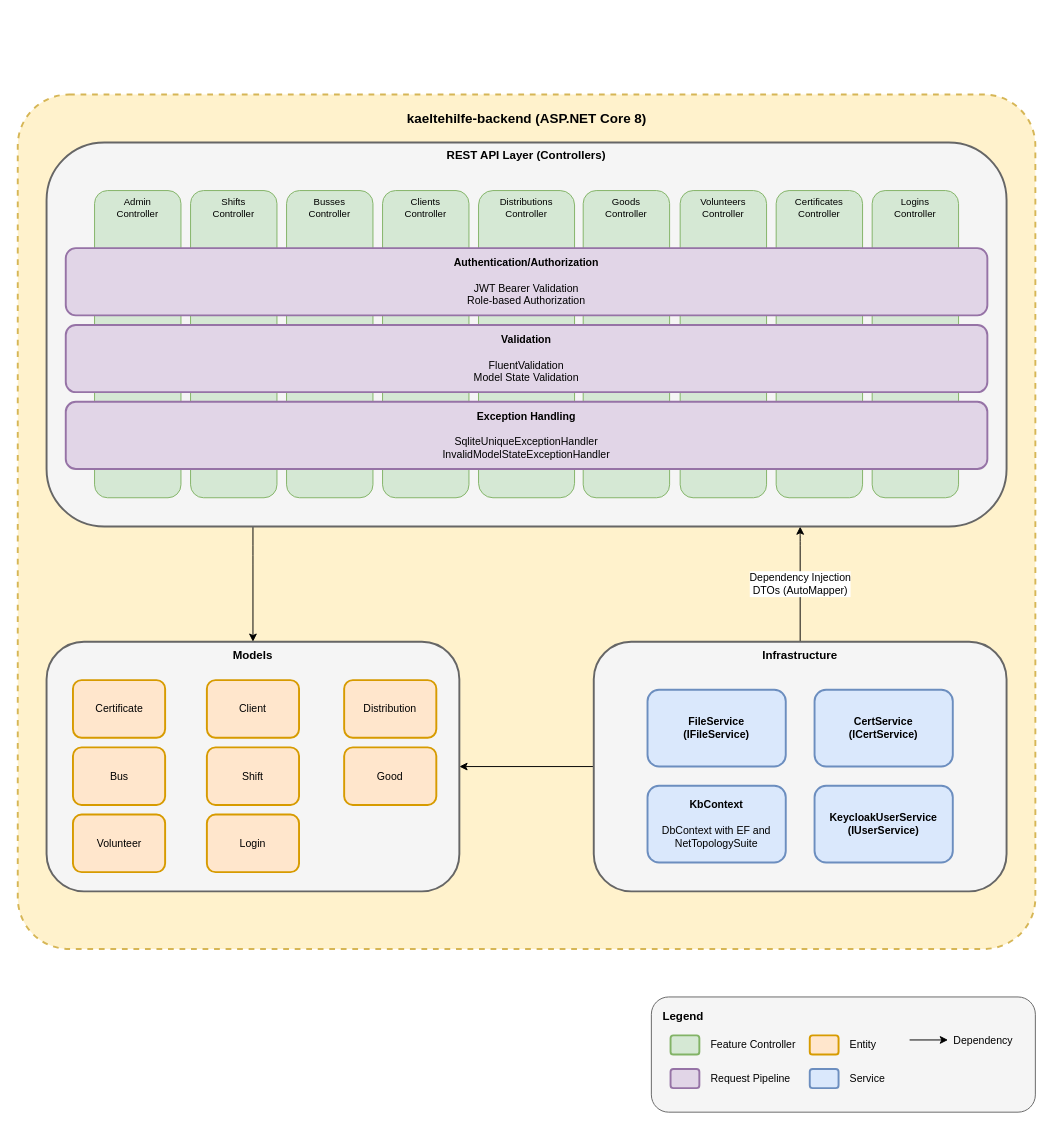
Before: docs/img/architecture/4_whitebox_backend.drawio in Businesskasper/kaeltehilfe, a draw.io diagram. Source tidied: cells renumbered, new cells numbered last; positions are measured from the earlier drawing's top-left corner, leaving out a move shared by most shapes. Both pictures are drawn from the tidied source at 96%, with x=0, y=0 at pixel (17, 94).
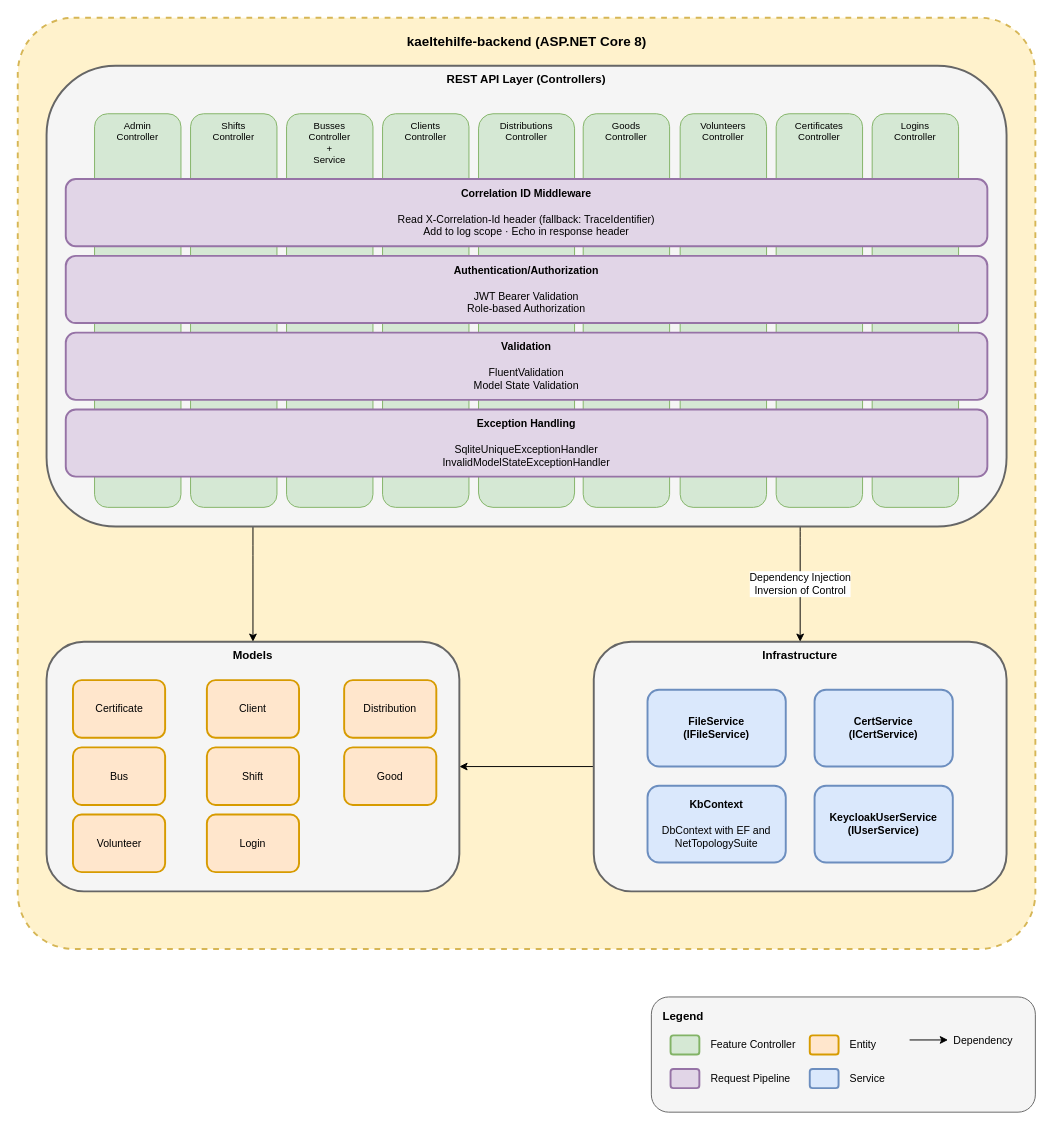
Above is the later version.

Commit message (it also covers changes not shown here):
docu: Document correlation ID and logging in architecture, update whitebox diagrams

The change refers to these unchanged cells:
```xml
<mxCell id="18" value="&lt;b&gt;Infrastructure&lt;/b&gt;" style="rounded=1;whiteSpace=wrap;html=1;fillColor=#f5f5f5;strokeColor=#666666;strokeWidth=2;fontSize=12;verticalAlign=top;" parent="1" vertex="1">
  <mxGeometry x="600" y="570" width="430" height="260" as="geometry" />
</mxCell>
```

Diff of the diagram source:
```diff
@@
     <mxCell id="2" style="rounded=1;whiteSpace=wrap;html=1;fillColor=#fff2cc;strokeColor=#d6b656;strokeWidth=2;dashed=1;arcSize=6;" parent="1" vertex="1">
-      <mxGeometry width="1060" height="890" as="geometry" />
+      <mxGeometry y="-80" width="1060" height="970" as="geometry" />
     </mxCell>
     <mxCell id="3" value="&lt;b&gt;kaeltehilfe-backend (ASP.NET Core 8)&lt;/b&gt;" style="text;html=1;align=center;verticalAlign=middle;strokeColor=none;fillColor=none;fontSize=14;" parent="1" vertex="1">
-      <mxGeometry x="375" y="10" width="310" height="30" as="geometry" />
+      <mxGeometry x="375" y="-70" width="310" height="30" as="geometry" />
     </mxCell>
-    <mxCell id="4" value="Dependency Injection&lt;br&gt;DTOs (AutoMapper)" style="edgeStyle=orthogonalEdgeStyle;rounded=1;jettySize=auto;html=1;curved=0;startArrow=classic;startFill=1;endArrow=none;endFill=0;" parent="1" edge="1" source="6" target="18">
+    <mxCell id="4" value="Dependency Injection&lt;br&gt;Inversion of Control" style="edgeStyle=orthogonalEdgeStyle;rounded=1;jettySize=auto;html=1;curved=0;startArrow=none;startFill=0;endArrow=classic;endFill=1;" parent="1" edge="1" source="6" target="18">
       <mxGeometry relative="1" as="geometry">
         <Array as="points">
           <mxPoint x="815" y="460" />
           <mxPoint x="815" y="460" />
         </Array>
       </mxGeometry>
     </mxCell>
@@
     <mxCell id="6" value="&lt;b&gt;REST API Layer (Controllers)&lt;/b&gt;" style="rounded=1;whiteSpace=wrap;html=1;fillColor=#f5f5f5;strokeColor=#666666;strokeWidth=2;fontSize=12;verticalAlign=top;" parent="1" vertex="1">
-      <mxGeometry x="30" y="50" width="1000" height="400" as="geometry" />
+      <mxGeometry x="30" y="-30" width="1000" height="480" as="geometry" />
     </mxCell>
     <mxCell id="7" value="Admin&lt;br&gt;Controller" style="rounded=1;whiteSpace=wrap;html=1;fillColor=#d5e8d4;strokeColor=#82b366;fontSize=10;verticalAlign=top;" parent="1" vertex="1">
-      <mxGeometry x="80" y="100" width="90" height="320" as="geometry" />
+      <mxGeometry x="80" y="20" width="90" height="410" as="geometry" />
     </mxCell>
     <mxCell id="8" value="Shifts&lt;br&gt;Controller" style="rounded=1;whiteSpace=wrap;html=1;fillColor=#d5e8d4;strokeColor=#82b366;fontSize=10;verticalAlign=top;" parent="1" vertex="1">
-      <mxGeometry x="180" y="100" width="90" height="320" as="geometry" />
+      <mxGeometry x="180" y="20" width="90" height="410" as="geometry" />
     </mxCell>
-    <mxCell id="9" value="Busses&lt;br&gt;Controller" style="rounded=1;whiteSpace=wrap;html=1;fillColor=#d5e8d4;strokeColor=#82b366;fontSize=10;verticalAlign=top;" parent="1" vertex="1">
-      <mxGeometry x="280" y="100" width="90" height="320" as="geometry" />
+    <mxCell id="9" value="Busses&lt;br&gt;Controller&lt;br&gt;+&lt;br&gt;Service" style="rounded=1;whiteSpace=wrap;html=1;fillColor=#d5e8d4;strokeColor=#82b366;fontSize=10;verticalAlign=top;" parent="1" vertex="1">
+      <mxGeometry x="280" y="20" width="90" height="410" as="geometry" />
     </mxCell>
     <mxCell id="10" value="Clients&lt;br&gt;Controller" style="rounded=1;whiteSpace=wrap;html=1;fillColor=#d5e8d4;strokeColor=#82b366;fontSize=10;verticalAlign=top;" parent="1" vertex="1">
-      <mxGeometry x="380" y="100" width="90" height="320" as="geometry" />
+      <mxGeometry x="380" y="20" width="90" height="410" as="geometry" />
     </mxCell>
     <mxCell id="11" value="Distributions&lt;br&gt;Controller" style="rounded=1;whiteSpace=wrap;html=1;fillColor=#d5e8d4;strokeColor=#82b366;fontSize=10;verticalAlign=top;" parent="1" vertex="1">
-      <mxGeometry x="480" y="100" width="100" height="320" as="geometry" />
+      <mxGeometry x="480" y="20" width="100" height="410" as="geometry" />
     </mxCell>
     <mxCell id="12" value="Goods&lt;br&gt;Controller" style="rounded=1;whiteSpace=wrap;html=1;fillColor=#d5e8d4;strokeColor=#82b366;fontSize=10;verticalAlign=top;" parent="1" vertex="1">
-      <mxGeometry x="589" y="100" width="90" height="320" as="geometry" />
+      <mxGeometry x="589" y="20" width="90" height="410" as="geometry" />
     </mxCell>
     <mxCell id="13" value="Volunteers&lt;br&gt;Controller" style="rounded=1;whiteSpace=wrap;html=1;fillColor=#d5e8d4;strokeColor=#82b366;fontSize=10;verticalAlign=top;" parent="1" vertex="1">
-      <mxGeometry x="690" y="100" width="90" height="320" as="geometry" />
+      <mxGeometry x="690" y="20" width="90" height="410" as="geometry" />
     </mxCell>
     <mxCell id="14" value="Logins&lt;br&gt;Controller" style="rounded=1;whiteSpace=wrap;html=1;fillColor=#d5e8d4;strokeColor=#82b366;fontSize=10;verticalAlign=top;" parent="1" vertex="1">
-      <mxGeometry x="890" y="100" width="90" height="320" as="geometry" />
+      <mxGeometry x="890" y="20" width="90" height="410" as="geometry" />
     </mxCell>
     <mxCell id="15" value="Certificates&lt;br&gt;Controller" style="rounded=1;whiteSpace=wrap;html=1;fillColor=#d5e8d4;strokeColor=#82b366;fontSize=10;verticalAlign=top;" parent="1" vertex="1">
-      <mxGeometry x="790" y="100" width="90" height="320" as="geometry" />
+      <mxGeometry x="790" y="20" width="90" height="410" as="geometry" />
     </mxCell>
+    <mxCell id="47" value="&lt;b&gt;Correlation ID Middleware&lt;/b&gt;&lt;br&gt;&lt;br&gt;Read X-Correlation-Id header (fallback: TraceIdentifier)&lt;br&gt;Add to log scope · Echo in response header" style="rounded=1;whiteSpace=wrap;html=1;fillColor=#e1d5e7;strokeColor=#9673a6;strokeWidth=2;fontSize=11;" parent="1" vertex="1">
+      <mxGeometry x="50" y="88" width="960" height="70" as="geometry" />
+    </mxCell>
+    <mxCell id="25" value="&lt;b&gt;Authentication/Authorization&lt;/b&gt;&lt;br&gt;&lt;br&gt;JWT Bearer Validation&lt;br&gt;Role-based Authorization" style="rounded=1;whiteSpace=wrap;html=1;fillColor=#e1d5e7;strokeColor=#9673a6;strokeWidth=2;fontSize=11;" parent="1" vertex="1">
+      <mxGeometry x="50" y="168" width="960" height="70" as="geometry" />
+    </mxCell>
     <mxCell id="16" value="&lt;b&gt;Validation&lt;/b&gt;&lt;br&gt;&lt;br&gt;FluentValidation&lt;br&gt;Model State Validation" style="rounded=1;whiteSpace=wrap;html=1;fillColor=#e1d5e7;strokeColor=#9673a6;strokeWidth=2;fontSize=11;" parent="1" vertex="1">
-      <mxGeometry x="50" y="240" width="960" height="70" as="geometry" />
+      <mxGeometry x="50" y="248" width="960" height="70" as="geometry" />
     </mxCell>
+    <mxCell id="33" value="&lt;b&gt;Exception Handling&lt;/b&gt;&lt;br&gt;&lt;br&gt;SqliteUniqueExceptionHandler&lt;br&gt;InvalidModelStateExceptionHandler" style="rounded=1;whiteSpace=wrap;html=1;fillColor=#e1d5e7;strokeColor=#9673a6;strokeWidth=2;fontSize=11;" parent="1" vertex="1">
+      <mxGeometry x="50" y="328" width="960" height="70" as="geometry" />
+    </mxCell>
@@
-    <mxCell id="25" value="&lt;b&gt;Authentication/Authorization&lt;/b&gt;&lt;br&gt;&lt;br&gt;JWT Bearer Validation&lt;br&gt;Role-based Authorization" style="rounded=1;whiteSpace=wrap;html=1;fillColor=#e1d5e7;strokeColor=#9673a6;strokeWidth=2;fontSize=11;" parent="1" vertex="1">
-      <mxGeometry x="50" y="160" width="960" height="70" as="geometry" />
-    </mxCell>
@@
-    <mxCell id="33" value="&lt;b&gt;Exception Handling&lt;/b&gt;&lt;br&gt;&lt;br&gt;SqliteUniqueExceptionHandler&lt;br&gt;InvalidModelStateExceptionHandler" style="rounded=1;whiteSpace=wrap;html=1;fillColor=#e1d5e7;strokeColor=#9673a6;strokeWidth=2;fontSize=11;" parent="1" vertex="1">
-      <mxGeometry x="50" y="320" width="960" height="70" as="geometry" />
-    </mxCell>
```
